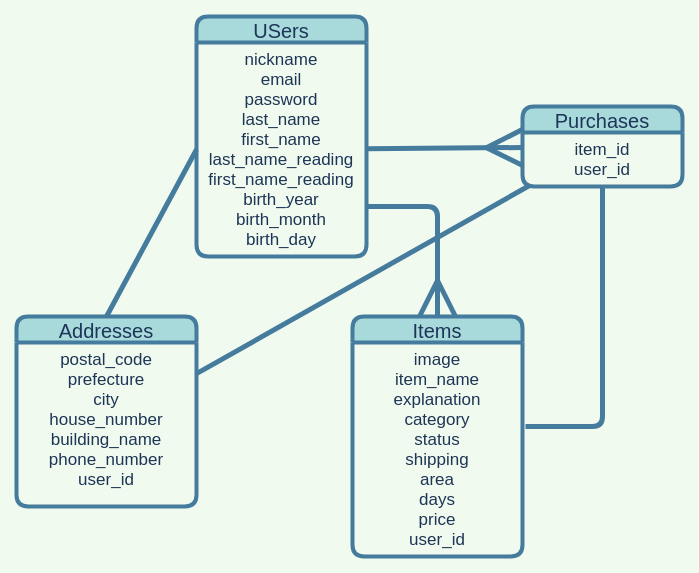
ryoji911/furima-32480 keeps this draw.io diagram as furima.dio. Above is the earlier version. Source tidied: cells renumbered, new cells numbered last; positions are measured from the earlier drawing's top-left corner, leaving out a move shared by most shapes. Both pictures are drawn from the tidied source at 100%, with x=0, y=0 at pixel (16, 16).
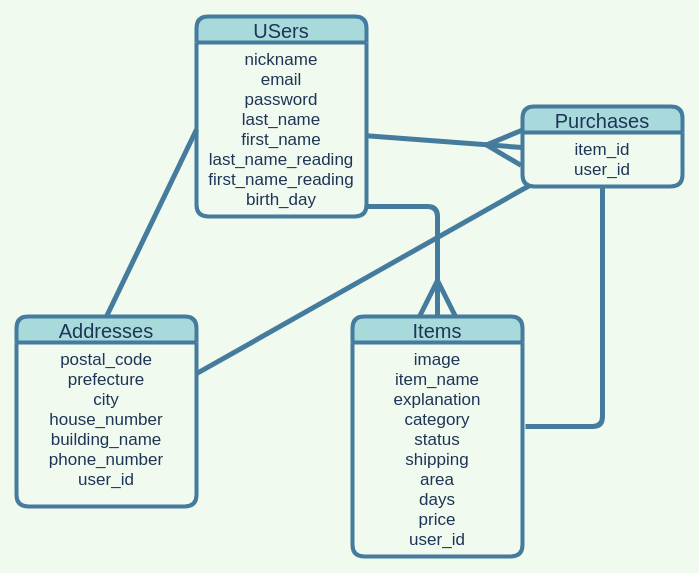
Above is the later version.

Commit message (it also covers changes not shown here):
データベース設計の修正

What changed in the source:
```diff
@@
 <mxGraphModel background="#F1FAEE">
   <root>
     <mxCell id="0" />
     <mxCell id="1" parent="0" />
     <mxCell id="2" value="USers" style="swimlane;fontStyle=0;horizontal=1;startSize=26;align=center;fontSize=20;labelBackgroundColor=none;fillColor=#A8DADC;fontColor=#1D3557;strokeWidth=4;strokeColor=#457B9D;rounded=1;" parent="1" vertex="1">
-      <mxGeometry x="180" width="170" height="240" as="geometry" />
+      <mxGeometry x="180" width="170" height="200" as="geometry" />
     </mxCell>
-    <mxCell id="3" value="nickname&#10;email&#10;password&#10;last_name&#10;first_name&#10;last_name_reading&#10;first_name_reading&#10;birth_year&#10;birth_month&#10;birth_day&#10;" style="text;strokeColor=none;fillColor=none;spacingLeft=4;spacingRight=4;overflow=hidden;points=[[0,0.5],[1,0.5]];portConstraint=eastwest;fontSize=17;align=center;fontColor=#1D3557;rounded=1;" parent="2" vertex="1">
-      <mxGeometry y="26" width="170" height="214" as="geometry" />
+    <mxCell id="3" value="nickname&#10;email&#10;password&#10;last_name&#10;first_name&#10;last_name_reading&#10;first_name_reading&#10;birth_day&#10;" style="text;strokeColor=none;fillColor=none;spacingLeft=4;spacingRight=4;overflow=hidden;points=[[0,0.5],[1,0.5]];portConstraint=eastwest;fontSize=17;align=center;fontColor=#1D3557;rounded=1;" parent="2" vertex="1">
+      <mxGeometry y="26" width="170" height="174" as="geometry" />
     </mxCell>
     <mxCell id="4" value="Items" style="swimlane;fontStyle=0;horizontal=1;startSize=26;align=center;fontSize=20;labelBackgroundColor=none;strokeWidth=4;fillColor=#A8DADC;fontColor=#1D3557;strokeColor=#457B9D;rounded=1;" parent="1" vertex="1">
       <mxGeometry x="336" y="300" width="170" height="240" as="geometry" />
     </mxCell>
     <mxCell id="5" value="image&#10;item_name&#10;explanation&#10;category&#10;status&#10;shipping&#10;area&#10;days&#10;price&#10;user_id" style="text;strokeColor=none;fillColor=none;spacingLeft=4;spacingRight=4;overflow=hidden;fontSize=17;align=center;fontColor=#1D3557;rounded=1;" parent="4" vertex="1">
       <mxGeometry y="26" width="170" height="214" as="geometry" />
     </mxCell>
     <mxCell id="6" value="Addresses" style="swimlane;fontStyle=0;horizontal=1;startSize=26;align=center;fontSize=20;labelBackgroundColor=none;strokeWidth=4;fillColor=#A8DADC;fontColor=#1D3557;strokeColor=#457B9D;rounded=1;" parent="1" vertex="1">
       <mxGeometry y="300" width="180" height="190" as="geometry" />
     </mxCell>
     <mxCell id="7" value="postal_code&#10;prefecture&#10;city&#10;house_number&#10;building_name&#10;phone_number&#10;user_id" style="text;strokeColor=none;fillColor=none;spacingLeft=4;spacingRight=4;overflow=hidden;points=[[0,0.5],[1,0.5]];portConstraint=eastwest;fontSize=17;align=center;fontColor=#1D3557;rounded=1;" parent="6" vertex="1">
       <mxGeometry y="26" width="180" height="164" as="geometry" />
     </mxCell>
     <mxCell id="8" value="Purchases" style="swimlane;fontStyle=0;horizontal=1;startSize=26;align=center;fontSize=20;labelBackgroundColor=none;strokeWidth=4;fillColor=#A8DADC;fontColor=#1D3557;strokeColor=#457B9D;rounded=1;" parent="1" vertex="1">
       <mxGeometry x="506" y="90" width="160" height="80" as="geometry" />
     </mxCell>
     <mxCell id="9" style="edgeStyle=none;jettySize=auto;html=1;entryX=0;entryY=0.278;entryDx=0;entryDy=0;entryPerimeter=0;endSize=30;strokeWidth=5;fontSize=20;endArrow=ERmany;endFill=0;strokeColor=#457B9D;fontColor=#1D3557;labelBackgroundColor=#F1FAEE;" parent="1" edge="1" source="3" target="11">
       <mxGeometry relative="1" as="geometry" />
     </mxCell>
     <mxCell id="10" style="edgeStyle=none;jettySize=auto;html=1;endArrow=none;endFill=0;endSize=20;strokeWidth=5;fontSize=20;strokeColor=#457B9D;fontColor=#1D3557;labelBackgroundColor=#F1FAEE;" parent="1" edge="1" source="11">
       <mxGeometry relative="1" as="geometry">
         <mxPoint x="509" y="410" as="targetPoint" />
         <Array as="points">
           <mxPoint x="586" y="410" />
         </Array>
       </mxGeometry>
     </mxCell>
     <mxCell id="11" value="item_id&#10;user_id&#10;" style="text;strokeColor=none;fillColor=none;spacingLeft=4;spacingRight=4;overflow=hidden;points=[[0,0.5],[1,0.5]];portConstraint=eastwest;fontSize=17;align=center;fontColor=#1D3557;rounded=1;" parent="1" vertex="1">
       <mxGeometry x="506" y="116" width="160" height="54" as="geometry" />
     </mxCell>
     <mxCell id="12" style="edgeStyle=none;jettySize=auto;html=1;exitX=0;exitY=0.5;exitDx=0;exitDy=0;entryX=0.5;entryY=0;entryDx=0;entryDy=0;endArrow=none;endFill=0;endSize=20;strokeWidth=5;fontSize=20;strokeColor=#457B9D;fontColor=#1D3557;labelBackgroundColor=#F1FAEE;" parent="1" edge="1" source="3" target="6">
       <mxGeometry relative="1" as="geometry" />
     </mxCell>
     <mxCell id="13" style="edgeStyle=none;jettySize=auto;html=1;entryX=0.5;entryY=0;entryDx=0;entryDy=0;endArrow=ERmany;endFill=0;endSize=30;strokeWidth=5;fontSize=20;strokeColor=#457B9D;fontColor=#1D3557;labelBackgroundColor=#F1FAEE;" parent="1" edge="1" target="4">
       <mxGeometry relative="1" as="geometry">
         <mxPoint x="351" y="190" as="sourcePoint" />
         <Array as="points">
           <mxPoint x="421" y="190" />
         </Array>
       </mxGeometry>
     </mxCell>
     <mxCell id="14" style="edgeStyle=none;jettySize=auto;html=1;entryX=0.044;entryY=0.981;entryDx=0;entryDy=0;endArrow=none;endFill=0;endSize=30;strokeWidth=5;fontSize=20;strokeColor=#457B9D;fontColor=#1D3557;labelBackgroundColor=#F1FAEE;entryPerimeter=0;" parent="1" edge="1" source="7" target="11">
       <mxGeometry relative="1" as="geometry" />
     </mxCell>
   </root>
 </mxGraphModel>
```
